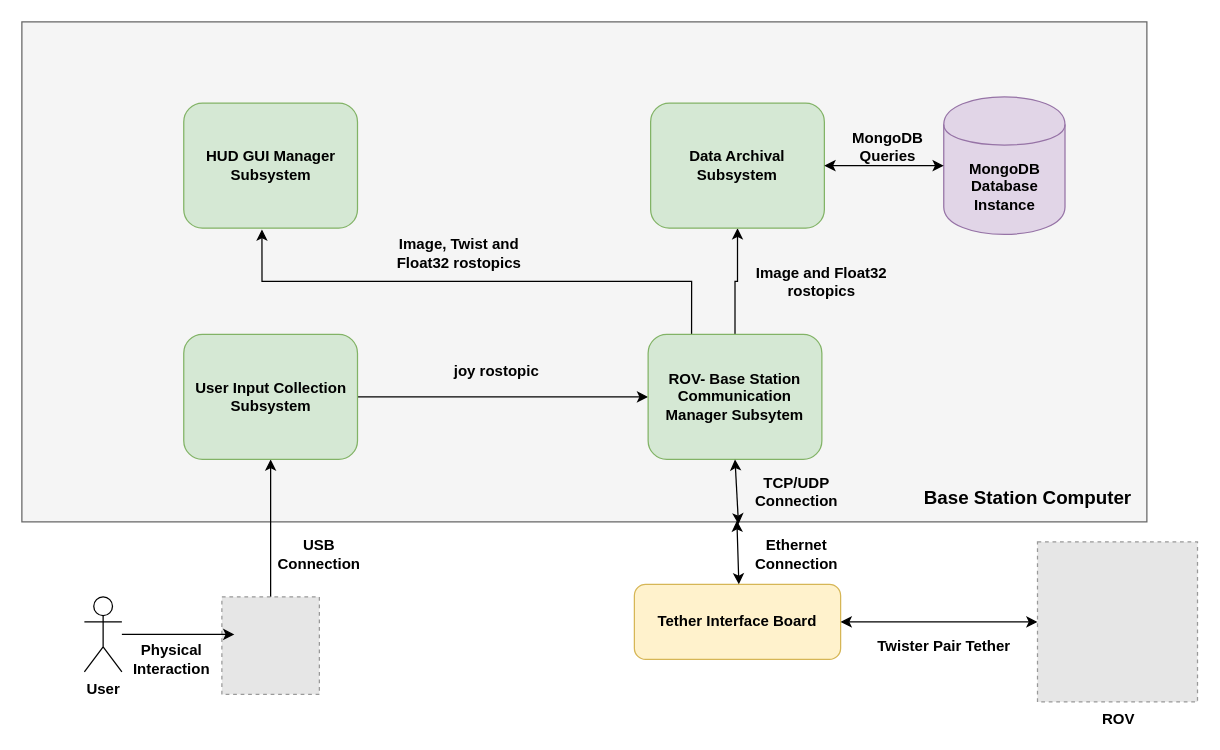
Before: docs/architecture/Base Station Domain Software.drawio in sherrardTr4129/RIT-MSD-Finger-Lakes-ROV, a draw.io diagram. Source tidied: cells renumbered, new cells numbered last; positions are measured from the earlier drawing's top-left corner, leaving out a move shared by most shapes. Both pictures are drawn from the tidied source at 125%, with x=0, y=0 at pixel (21, 21). Pictures stored in the file or linked from it are replaced by grey dashed boxes.
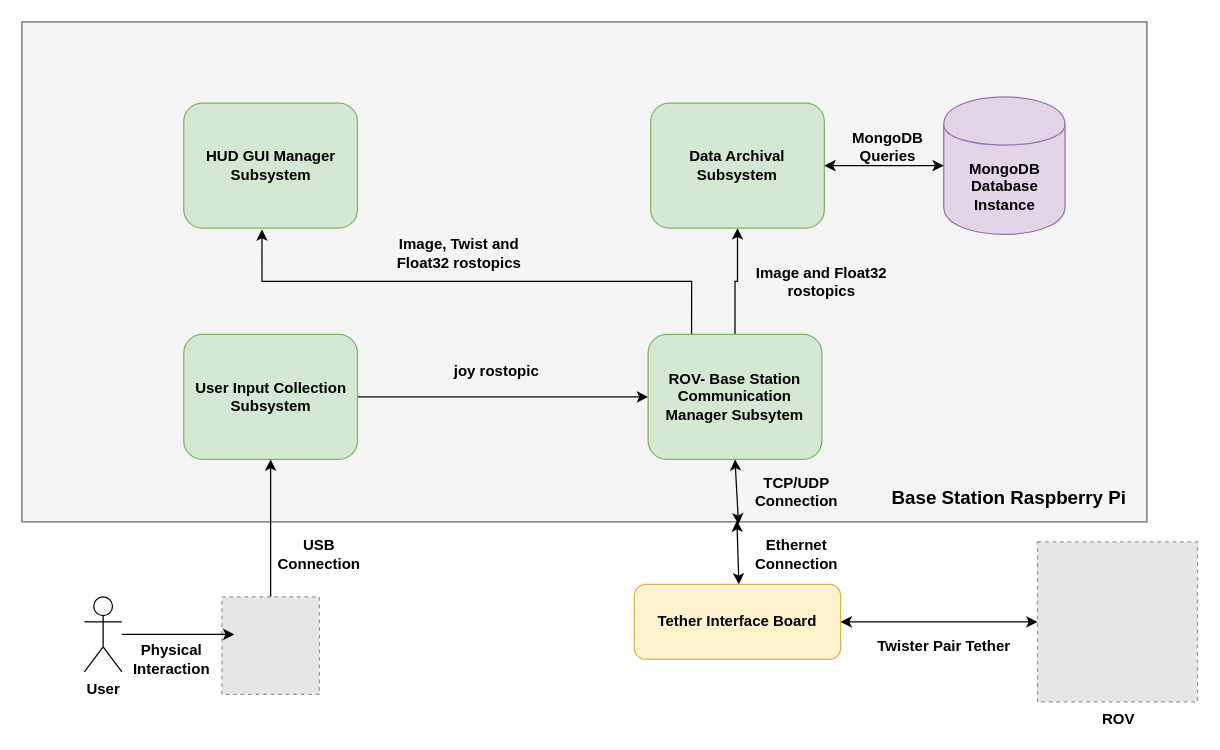
After the change.

The edit, as a diff of the source:
```diff
@@
-    <mxCell id="3" value="Base Station Computer" style="text;html=1;strokeColor=none;fillColor=none;align=center;verticalAlign=middle;whiteSpace=wrap;rounded=0;fontStyle=1;fontSize=15;" parent="1" vertex="1">
-      <mxGeometry x="720" y="370" width="170" height="20" as="geometry" />
+    <mxCell id="3" value="Base Station Raspberry Pi" style="text;html=1;strokeColor=none;fillColor=none;align=center;verticalAlign=middle;whiteSpace=wrap;rounded=0;fontStyle=1;fontSize=15;" parent="1" vertex="1">
+      <mxGeometry x="690" y="370" width="200" height="20" as="geometry" />
     </mxCell>
```
